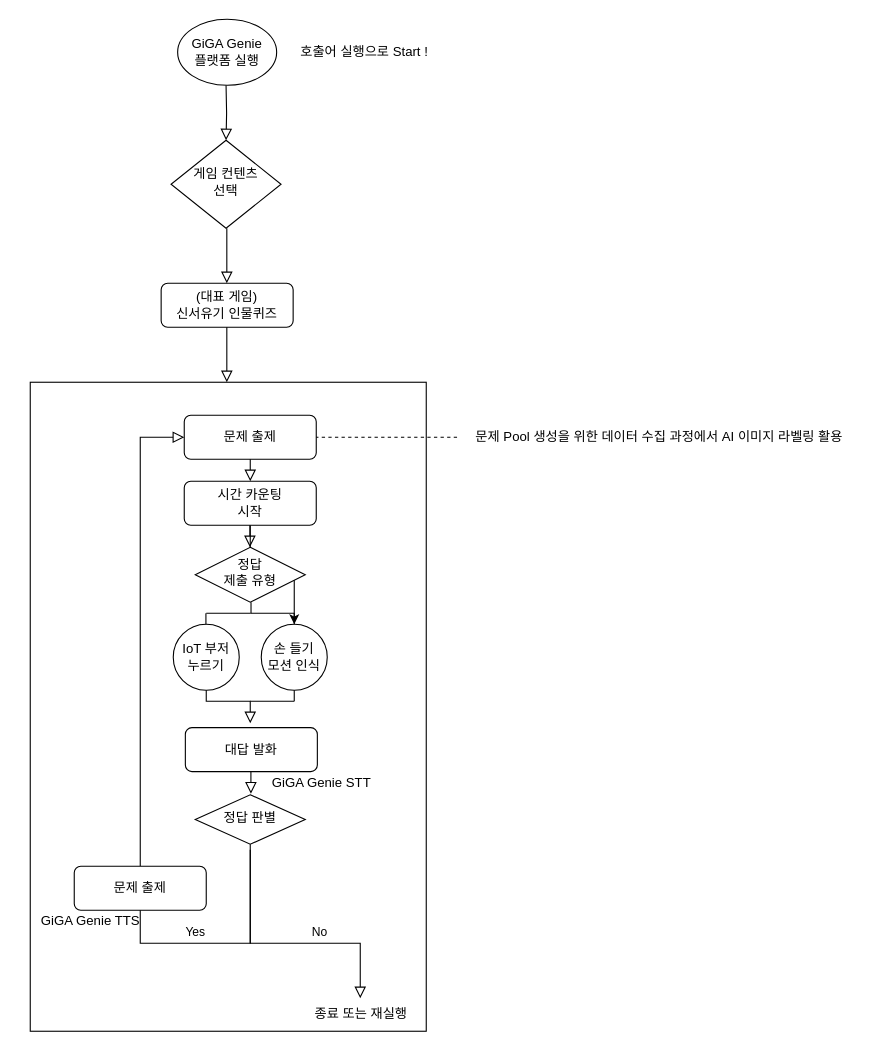
Above: Untitled Diagram.drawio in sallyy1/Data-Analysis (draw.io), before the change. Source tidied: cells renumbered, new cells numbered last; positions are measured from the earlier drawing's top-left corner, leaving out a move shared by most shapes. Both pictures are drawn from the tidied source at 110%, with x=0, y=0 at pixel (19, 19).
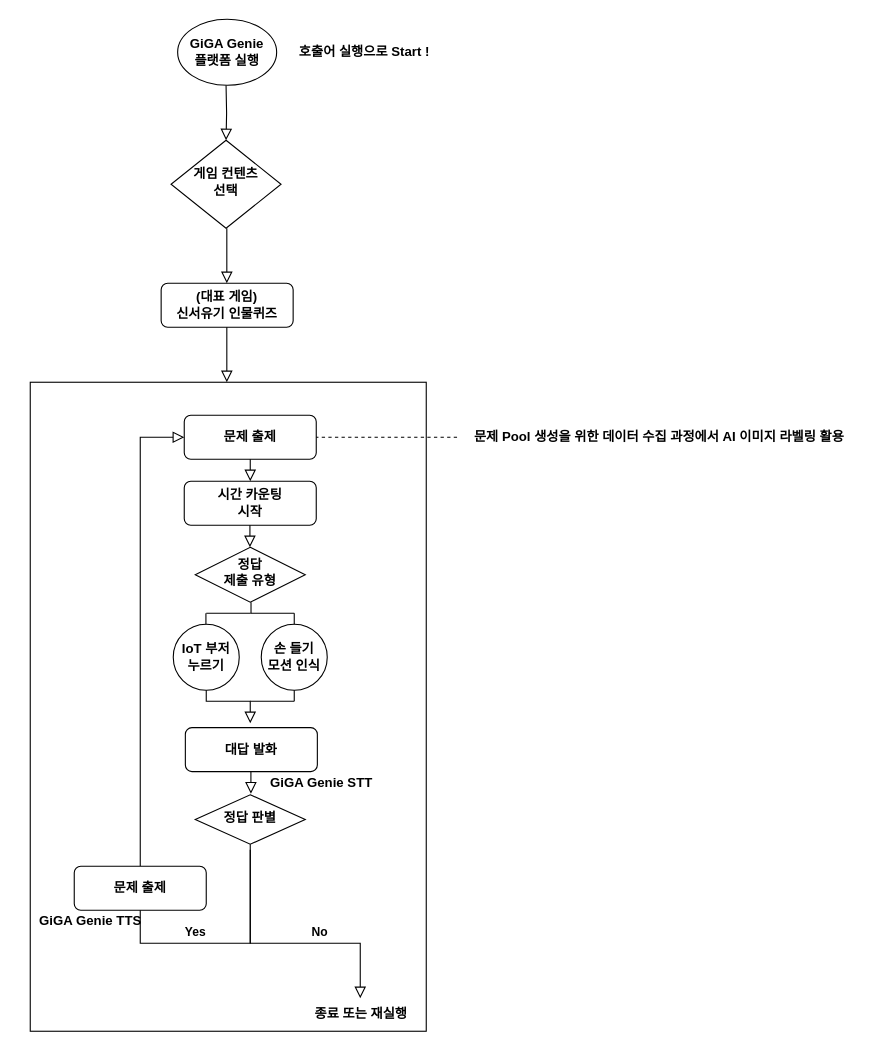
After the change.

Commit message:
6.25 팀 플로우 차트 프로젝트

Change to the diagram source:
```diff
@@
-    <mxCell id="4" value="게임 컨텐츠&lt;br&gt;선택" style="rhombus;whiteSpace=wrap;html=1;shadow=0;fontFamily=Helvetica;fontSize=12;align=center;strokeWidth=1;spacing=6;spacingTop=-4;" parent="1" vertex="1">
+    <mxCell id="4" value="게임 컨텐츠&lt;br&gt;선택" style="rhombus;whiteSpace=wrap;html=1;shadow=0;fontFamily=Helvetica;fontSize=12;align=center;strokeWidth=1;spacing=6;spacingTop=-4;fontStyle=1;" parent="1" vertex="1">
       <mxGeometry x="138" y="110" width="100" height="80" as="geometry" />
     </mxCell>
-    <mxCell id="5" value="문제 출제" style="rounded=1;whiteSpace=wrap;html=1;fontSize=12;glass=0;strokeWidth=1;shadow=0;" parent="1" vertex="1">
+    <mxCell id="5" value="문제 출제" style="rounded=1;whiteSpace=wrap;html=1;fontSize=12;glass=0;strokeWidth=1;shadow=0;fontStyle=1;" parent="1" vertex="1">
       <mxGeometry x="150" y="360" width="120" height="40" as="geometry" />
     </mxCell>
-    <mxCell id="6" value="(대표 게임)&lt;br&gt;신서유기 인물퀴즈" style="rounded=1;whiteSpace=wrap;html=1;fontSize=12;glass=0;strokeWidth=1;shadow=0;" parent="1" vertex="1">
+    <mxCell id="6" value="(대표 게임)&lt;br&gt;신서유기 인물퀴즈" style="rounded=1;whiteSpace=wrap;html=1;fontSize=12;glass=0;strokeWidth=1;shadow=0;fontStyle=1;" parent="1" vertex="1">
       <mxGeometry x="129" y="240" width="120" height="40" as="geometry" />
     </mxCell>
-    <mxCell id="7" value="GiGA Genie&lt;br&gt;플랫폼 실행" style="ellipse;whiteSpace=wrap;html=1;" parent="1" vertex="1">
+    <mxCell id="7" value="GiGA Genie&lt;br&gt;플랫폼 실행" style="ellipse;whiteSpace=wrap;html=1;fontStyle=1;" parent="1" vertex="1">
       <mxGeometry x="144" width="90" height="60" as="geometry" />
     </mxCell>
-    <mxCell id="8" value="호출어 실행으로 Start !" style="text;html=1;strokeColor=none;fillColor=none;align=center;verticalAlign=middle;whiteSpace=wrap;rounded=0;" parent="1" vertex="1">
+    <mxCell id="8" value="호출어 실행으로 Start !" style="text;html=1;strokeColor=none;fillColor=none;align=center;verticalAlign=middle;whiteSpace=wrap;rounded=0;fontStyle=1;" parent="1" vertex="1">
       <mxGeometry x="249" y="20" width="130" height="20" as="geometry" />
     </mxCell>
-    <mxCell id="9" style="edgeStyle=orthogonalEdgeStyle;rounded=0;jettySize=auto;html=1;" parent="1" edge="1" source="10" target="13">
-      <mxGeometry relative="1" as="geometry" />
-    </mxCell>
-    <mxCell id="10" value="시간 카운팅&lt;br&gt;시작" style="rounded=1;whiteSpace=wrap;html=1;fontSize=12;glass=0;strokeWidth=1;shadow=0;" parent="1" vertex="1">
+    <mxCell id="10" value="시간 카운팅&lt;br&gt;시작" style="rounded=1;whiteSpace=wrap;html=1;fontSize=12;glass=0;strokeWidth=1;shadow=0;fontStyle=1;" parent="1" vertex="1">
       <mxGeometry x="150" y="420" width="120" height="40" as="geometry" />
     </mxCell>
-    <mxCell id="11" value="정답&lt;br&gt;제출 유형" style="rhombus;whiteSpace=wrap;html=1;shadow=0;fontFamily=Helvetica;fontSize=12;align=center;strokeWidth=1;spacing=6;spacingTop=-4;" parent="1" vertex="1">
+    <mxCell id="11" value="정답&lt;br&gt;제출 유형" style="rhombus;whiteSpace=wrap;html=1;shadow=0;fontFamily=Helvetica;fontSize=12;align=center;strokeWidth=1;spacing=6;spacingTop=-4;fontStyle=1;" parent="1" vertex="1">
       <mxGeometry x="160" y="480" width="100" height="50" as="geometry" />
     </mxCell>
-    <mxCell id="12" value="IoT 부저&lt;br&gt;누르기" style="ellipse;whiteSpace=wrap;html=1;" parent="1" vertex="1">
+    <mxCell id="12" value="IoT 부저&lt;br&gt;누르기" style="ellipse;whiteSpace=wrap;html=1;fontStyle=1;" parent="1" vertex="1">
       <mxGeometry x="140" y="550" width="60" height="60" as="geometry" />
     </mxCell>
-    <mxCell id="13" value="손 들기&lt;br&gt;모션 인식" style="ellipse;whiteSpace=wrap;html=1;" parent="1" vertex="1">
+    <mxCell id="13" value="손 들기&lt;br&gt;모션 인식" style="ellipse;whiteSpace=wrap;html=1;fontStyle=1;" parent="1" vertex="1">
       <mxGeometry x="220" y="550" width="60" height="60" as="geometry" />
     </mxCell>
-    <mxCell id="14" value="GiGA Genie STT" style="text;html=1;strokeColor=none;fillColor=none;align=center;verticalAlign=middle;whiteSpace=wrap;rounded=0;" parent="1" vertex="1">
+    <mxCell id="14" value="GiGA Genie STT" style="text;html=1;strokeColor=none;fillColor=none;align=center;verticalAlign=middle;whiteSpace=wrap;rounded=0;fontStyle=1;" parent="1" vertex="1">
       <mxGeometry x="210" y="684" width="130" height="20" as="geometry" />
     </mxCell>
@@
-    <mxCell id="17" value="대답 발화" style="rounded=1;whiteSpace=wrap;html=1;fontSize=12;glass=0;strokeWidth=1;shadow=0;" parent="1" vertex="1">
+    <mxCell id="17" value="대답 발화" style="rounded=1;whiteSpace=wrap;html=1;fontSize=12;glass=0;strokeWidth=1;shadow=0;fontStyle=1;" parent="1" vertex="1">
       <mxGeometry x="151" y="644" width="120" height="40" as="geometry" />
     </mxCell>
@@
-    <mxCell id="28" value="Yes" style="edgeStyle=orthogonalEdgeStyle;rounded=0;html=1;jettySize=auto;fontSize=11;endArrow=block;endFill=0;endSize=8;strokeWidth=1;shadow=0;labelBackgroundColor=none;startArrow=none;" parent="1" edge="1" source="32" target="5">
+    <mxCell id="28" value="Yes" style="edgeStyle=orthogonalEdgeStyle;rounded=0;html=1;jettySize=auto;fontSize=11;endArrow=block;endFill=0;endSize=8;strokeWidth=1;shadow=0;labelBackgroundColor=none;startArrow=none;fontStyle=1;" parent="1" edge="1" source="32" target="5">
       <mxGeometry x="-1" y="-78" relative="1" as="geometry">
         <Array as="points">
           <mxPoint x="110" y="380" />
         </Array>
         <mxPoint x="-28" y="60" as="offset" />
       </mxGeometry>
     </mxCell>
-    <mxCell id="29" value="정답 판별" style="rhombus;whiteSpace=wrap;html=1;shadow=0;fontFamily=Helvetica;fontSize=12;align=center;strokeWidth=1;spacing=6;spacingTop=-4;" parent="1" vertex="1">
+    <mxCell id="29" value="정답 판별" style="rhombus;whiteSpace=wrap;html=1;shadow=0;fontFamily=Helvetica;fontSize=12;align=center;strokeWidth=1;spacing=6;spacingTop=-4;fontStyle=1;" parent="1" vertex="1">
       <mxGeometry x="160" y="705" width="100" height="45" as="geometry" />
     </mxCell>
-    <mxCell id="30" value="No" style="edgeStyle=orthogonalEdgeStyle;rounded=0;html=1;jettySize=auto;orthogonalLoop=1;fontSize=11;endArrow=block;endFill=0;endSize=8;strokeWidth=1;shadow=0;labelBackgroundColor=none;" parent="1" edge="1">
+    <mxCell id="30" value="&lt;b&gt;No&lt;/b&gt;" style="edgeStyle=orthogonalEdgeStyle;rounded=0;html=1;jettySize=auto;orthogonalLoop=1;fontSize=11;endArrow=block;endFill=0;endSize=8;strokeWidth=1;shadow=0;labelBackgroundColor=none;" parent="1" edge="1">
       <mxGeometry x="0.26" y="10" relative="1" as="geometry">
         <mxPoint x="210" y="755" as="sourcePoint" />
         <mxPoint x="310" y="890" as="targetPoint" />
         <Array as="points">
           <mxPoint x="210" y="840" />
           <mxPoint x="310" y="840" />
         </Array>
       </mxGeometry>
     </mxCell>
-    <mxCell id="31" value="종료 또는 재실행" style="text;html=1;strokeColor=none;fillColor=none;align=center;verticalAlign=middle;whiteSpace=wrap;rounded=0;" parent="1" vertex="1">
+    <mxCell id="31" value="종료 또는 재실행" style="text;html=1;strokeColor=none;fillColor=none;align=center;verticalAlign=middle;whiteSpace=wrap;rounded=0;fontStyle=1;" parent="1" vertex="1">
       <mxGeometry x="246" y="894" width="130" height="20" as="geometry" />
     </mxCell>
-    <mxCell id="32" value="문제 출제" style="rounded=1;whiteSpace=wrap;html=1;fontSize=12;glass=0;strokeWidth=1;shadow=0;" parent="1" vertex="1">
+    <mxCell id="32" value="문제 출제" style="rounded=1;whiteSpace=wrap;html=1;fontSize=12;glass=0;strokeWidth=1;shadow=0;fontStyle=1;" parent="1" vertex="1">
       <mxGeometry x="50" y="770" width="120" height="40" as="geometry" />
     </mxCell>
@@
-    <mxCell id="34" value="GiGA Genie TTS" style="text;html=1;strokeColor=none;fillColor=none;align=center;verticalAlign=middle;whiteSpace=wrap;rounded=0;" parent="1" vertex="1">
+    <mxCell id="34" value="GiGA Genie TTS" style="text;html=1;strokeColor=none;fillColor=none;align=center;verticalAlign=middle;whiteSpace=wrap;rounded=0;fontStyle=1;" parent="1" vertex="1">
       <mxGeometry y="810" width="130" height="20" as="geometry" />
     </mxCell>
@@
-    <mxCell id="36" value="문제 Pool 생성을 위한 데이터 수집 과정에서 AI 이미지 라벨링 활용" style="text;html=1;strokeColor=none;fillColor=none;align=center;verticalAlign=middle;whiteSpace=wrap;rounded=0;" parent="1" vertex="1">
+    <mxCell id="36" value="문제 Pool 생성을 위한 데이터 수집 과정에서 AI 이미지 라벨링 활용" style="text;html=1;strokeColor=none;fillColor=none;align=center;verticalAlign=middle;whiteSpace=wrap;rounded=0;fontStyle=1;" parent="1" vertex="1">
       <mxGeometry x="398" y="370" width="368" height="20" as="geometry" />
     </mxCell>
```
